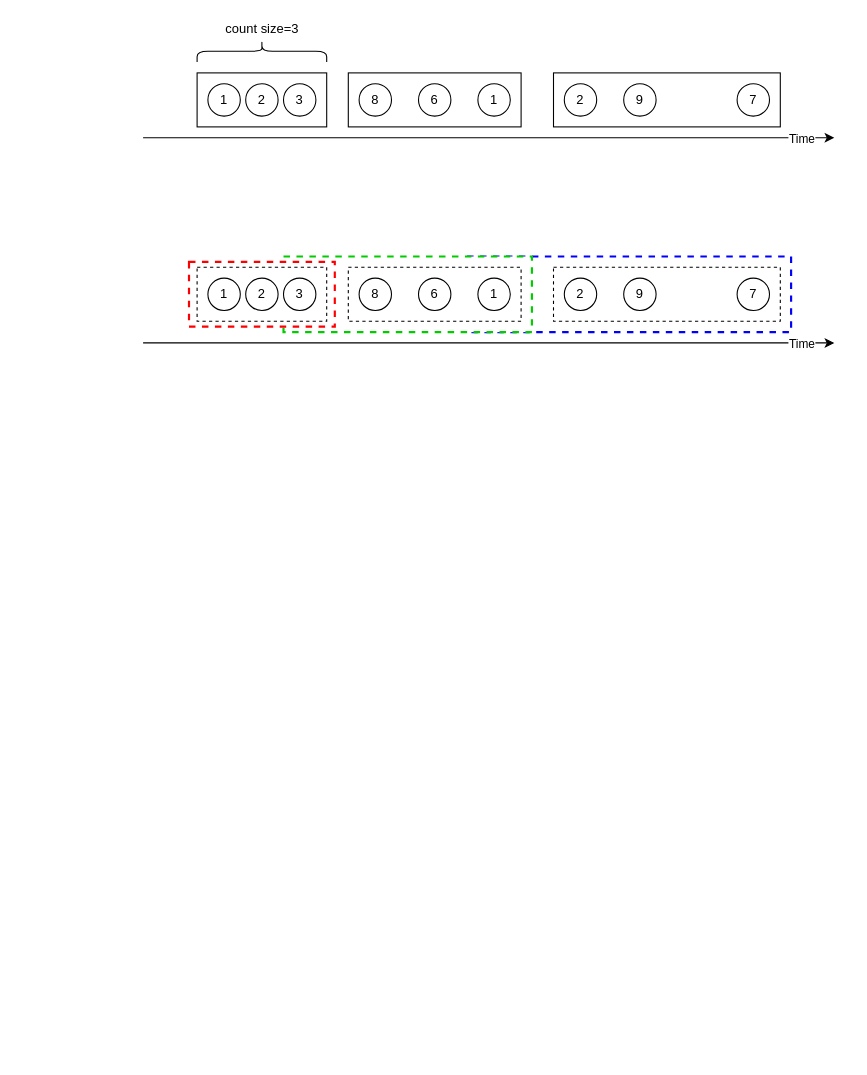
This is flink-window.drawio from cp0802/xueqqiu, a draw.io file, before an edit. Source tidied: cells renumbered, new cells numbered last; positions are measured from the earlier drawing's top-left corner, leaving out a move shared by most shapes. Both pictures are drawn from the tidied source at 108%, with x=0, y=0 at pixel (143, -14).
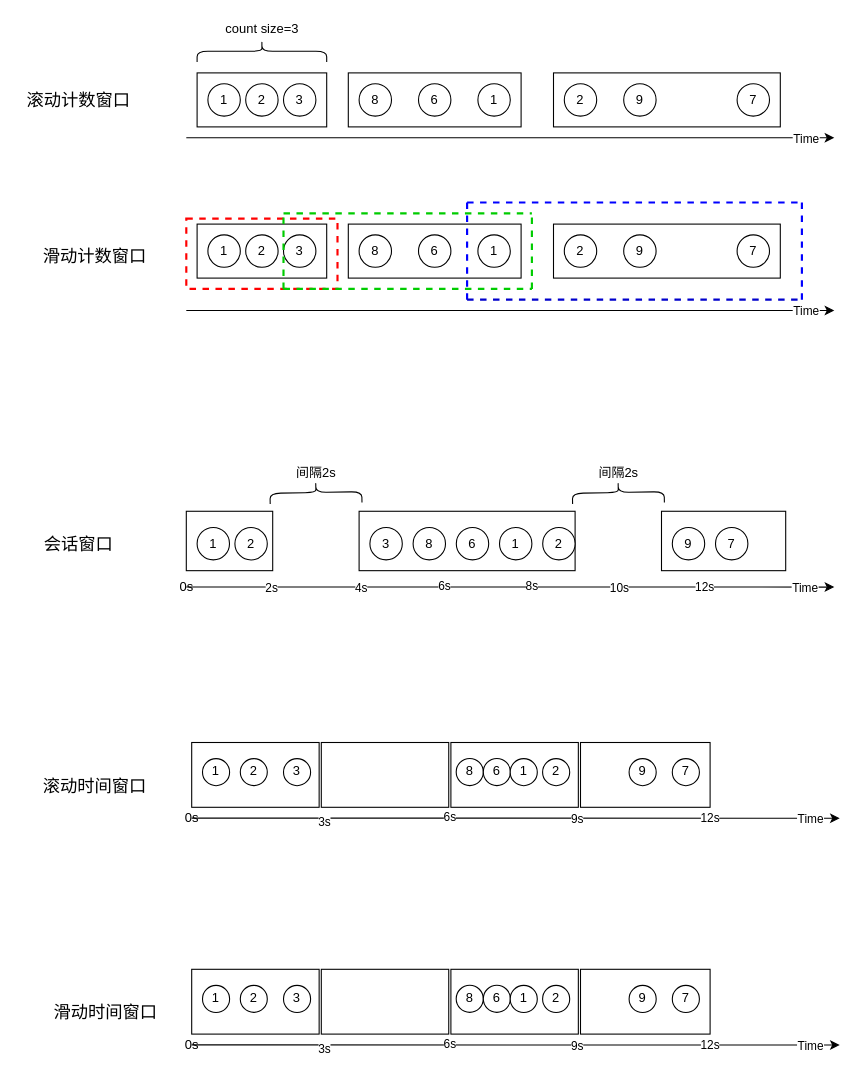
Above is the later version.

Diff of the diagram source:
```diff
@@
-    <mxCell id="2" style="rounded=0;whiteSpace=wrap;html=1;dashed=1;strokeWidth=2;strokeColor=#0000FF;" parent="1" vertex="1">
-      <mxGeometry x="300" y="250" width="300" height="70" as="geometry" />
-    </mxCell>
-    <mxCell id="3" style="rounded=0;whiteSpace=wrap;html=1;dashed=1;strokeColor=#00CC00;strokeWidth=2;" parent="1" vertex="1">
-      <mxGeometry x="130" y="250" width="230" height="70" as="geometry" />
-    </mxCell>
-    <mxCell id="4" style="rounded=0;whiteSpace=wrap;html=1;strokeColor=#FF0000;dashed=1;strokeWidth=2;" parent="1" vertex="1">
-      <mxGeometry x="42.5" y="255" width="135" height="60" as="geometry" />
-    </mxCell>
+    <mxCell id="35" style="rounded=0;whiteSpace=wrap;html=1;strokeColor=#000000;strokeWidth=1;" parent="1" vertex="1">
+      <mxGeometry x="405" y="700" width="120" height="60" as="geometry" />
+    </mxCell>
+    <mxCell id="36" style="rounded=0;whiteSpace=wrap;html=1;strokeColor=#000000;strokeWidth=1;" parent="1" vertex="1">
+      <mxGeometry x="285" y="700" width="118" height="60" as="geometry" />
+    </mxCell>
+    <mxCell id="37" style="rounded=0;whiteSpace=wrap;html=1;strokeColor=#000000;strokeWidth=1;" parent="1" vertex="1">
+      <mxGeometry x="165" y="700" width="118" height="60" as="geometry" />
+    </mxCell>
+    <mxCell id="38" style="rounded=0;whiteSpace=wrap;html=1;strokeColor=#000000;strokeWidth=1;" parent="1" vertex="1">
+      <mxGeometry x="45" y="700" width="118" height="60" as="geometry" />
+    </mxCell>
+    <mxCell id="39" style="rounded=0;whiteSpace=wrap;html=1;strokeColor=#000000;strokeWidth=1;" parent="1" vertex="1">
+      <mxGeometry x="480" y="485.9" width="115" height="55" as="geometry" />
+    </mxCell>
+    <mxCell id="40" style="rounded=0;whiteSpace=wrap;html=1;strokeColor=#000000;strokeWidth=1;" parent="1" vertex="1">
+      <mxGeometry x="200" y="485.9" width="200" height="55" as="geometry" />
+    </mxCell>
+    <mxCell id="41" style="rounded=0;whiteSpace=wrap;html=1;strokeWidth=1;" parent="1" vertex="1">
+      <mxGeometry x="40" y="485.9" width="80" height="55" as="geometry" />
+    </mxCell>
+    <mxCell id="42" style="rounded=0;whiteSpace=wrap;html=1;strokeWidth=2;dashed=1;strokeColor=#FF0000;" parent="1" vertex="1">
+      <mxGeometry x="40" y="215" width="140" height="65" as="geometry" />
+    </mxCell>
     <mxCell id="5" style="endArrow=classic;html=1;" parent="1" edge="1">
       <mxGeometry relative="1" as="geometry">
-        <mxPoint y="140" as="sourcePoint" />
+        <mxPoint x="40" y="140" as="sourcePoint" />
         <mxPoint x="640" y="140" as="targetPoint" />
       </mxGeometry>
     </mxCell>
@@
     <mxCell id="21" style="endArrow=classic;html=1;" parent="1" edge="1">
       <mxGeometry relative="1" as="geometry">
-        <mxPoint y="330" as="sourcePoint" />
-        <mxPoint x="640" y="330" as="targetPoint" />
+        <mxPoint x="40" y="300" as="sourcePoint" />
+        <mxPoint x="640" y="300" as="targetPoint" />
       </mxGeometry>
     </mxCell>
@@
-    <mxCell id="23" style="rounded=0;whiteSpace=wrap;html=1;dashed=1;" parent="1" vertex="1">
-      <mxGeometry x="50" y="260" width="120" height="50" as="geometry" />
+    <mxCell id="23" style="rounded=0;whiteSpace=wrap;html=1;" parent="1" vertex="1">
+      <mxGeometry x="50" y="220" width="120" height="50" as="geometry" />
     </mxCell>
     <mxCell id="24" value="1" style="ellipse;whiteSpace=wrap;html=1;" parent="1" vertex="1">
-      <mxGeometry x="60" y="270" width="30" height="30" as="geometry" />
+      <mxGeometry x="60" y="230" width="30" height="30" as="geometry" />
     </mxCell>
     <mxCell id="25" value="2" style="ellipse;whiteSpace=wrap;html=1;" parent="1" vertex="1">
-      <mxGeometry x="95" y="270" width="30" height="30" as="geometry" />
+      <mxGeometry x="95" y="230" width="30" height="30" as="geometry" />
     </mxCell>
     <mxCell id="26" value="3" style="ellipse;whiteSpace=wrap;html=1;" parent="1" vertex="1">
-      <mxGeometry x="130" y="270" width="30" height="30" as="geometry" />
+      <mxGeometry x="130" y="230" width="30" height="30" as="geometry" />
     </mxCell>
-    <mxCell id="27" style="rounded=0;whiteSpace=wrap;html=1;dashed=1;" parent="1" vertex="1">
-      <mxGeometry x="190" y="260" width="160" height="50" as="geometry" />
+    <mxCell id="27" style="rounded=0;whiteSpace=wrap;html=1;" parent="1" vertex="1">
+      <mxGeometry x="190" y="220" width="160" height="50" as="geometry" />
     </mxCell>
     <mxCell id="28" value="8" style="ellipse;whiteSpace=wrap;html=1;" parent="1" vertex="1">
-      <mxGeometry x="200" y="270" width="30" height="30" as="geometry" />
+      <mxGeometry x="200" y="230" width="30" height="30" as="geometry" />
     </mxCell>
     <mxCell id="29" value="6" style="ellipse;whiteSpace=wrap;html=1;" parent="1" vertex="1">
-      <mxGeometry x="255" y="270" width="30" height="30" as="geometry" />
+      <mxGeometry x="255" y="230" width="30" height="30" as="geometry" />
     </mxCell>
     <mxCell id="30" value="1" style="ellipse;whiteSpace=wrap;html=1;" parent="1" vertex="1">
-      <mxGeometry x="310" y="270" width="30" height="30" as="geometry" />
+      <mxGeometry x="310" y="230" width="30" height="30" as="geometry" />
     </mxCell>
-    <mxCell id="31" style="rounded=0;whiteSpace=wrap;html=1;dashed=1;" parent="1" vertex="1">
-      <mxGeometry x="380" y="260" width="210" height="50" as="geometry" />
+    <mxCell id="31" style="rounded=0;whiteSpace=wrap;html=1;" parent="1" vertex="1">
+      <mxGeometry x="380" y="220" width="210" height="50" as="geometry" />
     </mxCell>
     <mxCell id="32" value="2" style="ellipse;whiteSpace=wrap;html=1;" parent="1" vertex="1">
-      <mxGeometry x="390" y="270" width="30" height="30" as="geometry" />
+      <mxGeometry x="390" y="230" width="30" height="30" as="geometry" />
     </mxCell>
     <mxCell id="33" value="9" style="ellipse;whiteSpace=wrap;html=1;" parent="1" vertex="1">
-      <mxGeometry x="445" y="270" width="30" height="30" as="geometry" />
+      <mxGeometry x="445" y="230" width="30" height="30" as="geometry" />
     </mxCell>
     <mxCell id="34" value="7" style="ellipse;whiteSpace=wrap;html=1;" parent="1" vertex="1">
-      <mxGeometry x="550" y="270" width="30" height="30" as="geometry" />
+      <mxGeometry x="550" y="230" width="30" height="30" as="geometry" />
     </mxCell>
+    <mxCell id="43" style="endArrow=none;dashed=1;html=1;strokeWidth=2;strokeColor=#00CC00;" parent="1" edge="1">
+      <mxGeometry relative="1" as="geometry">
+        <mxPoint x="130" y="280" as="sourcePoint" />
+        <mxPoint x="130" y="210" as="targetPoint" />
+      </mxGeometry>
+    </mxCell>
+    <mxCell id="44" style="endArrow=none;dashed=1;html=1;strokeWidth=2;strokeColor=#00CC00;" parent="1" edge="1">
+      <mxGeometry relative="1" as="geometry">
+        <mxPoint x="130" y="210" as="sourcePoint" />
+        <mxPoint x="360" y="210" as="targetPoint" />
+      </mxGeometry>
+    </mxCell>
+    <mxCell id="45" style="endArrow=none;dashed=1;html=1;strokeWidth=2;strokeColor=#00CC00;" parent="1" edge="1">
+      <mxGeometry relative="1" as="geometry">
+        <mxPoint x="360" y="280" as="sourcePoint" />
+        <mxPoint x="360" y="210" as="targetPoint" />
+      </mxGeometry>
+    </mxCell>
+    <mxCell id="46" style="endArrow=none;dashed=1;html=1;strokeWidth=2;strokeColor=#00CC00;" parent="1" edge="1">
+      <mxGeometry relative="1" as="geometry">
+        <mxPoint x="130" y="280" as="sourcePoint" />
+        <mxPoint x="360" y="280" as="targetPoint" />
+      </mxGeometry>
+    </mxCell>
+    <mxCell id="47" style="endArrow=none;dashed=1;html=1;strokeWidth=2;strokeColor=#0000FF;" parent="1" edge="1">
+      <mxGeometry relative="1" as="geometry">
+        <mxPoint x="300" y="290" as="sourcePoint" />
+        <mxPoint x="300" y="200" as="targetPoint" />
+      </mxGeometry>
+    </mxCell>
+    <mxCell id="48" style="endArrow=none;dashed=1;html=1;strokeWidth=2;strokeColor=#0000FF;" parent="1" edge="1">
+      <mxGeometry relative="1" as="geometry">
+        <mxPoint x="300" y="200" as="sourcePoint" />
+        <mxPoint x="610" y="200" as="targetPoint" />
+      </mxGeometry>
+    </mxCell>
+    <mxCell id="49" style="endArrow=none;dashed=1;html=1;strokeWidth=2;strokeColor=#0000FF;" parent="1" edge="1">
+      <mxGeometry relative="1" as="geometry">
+        <mxPoint x="610" y="290" as="sourcePoint" />
+        <mxPoint x="610" y="200" as="targetPoint" />
+      </mxGeometry>
+    </mxCell>
+    <mxCell id="50" style="endArrow=none;dashed=1;html=1;strokeWidth=2;strokeColor=#0000CC;" parent="1" edge="1">
+      <mxGeometry relative="1" as="geometry">
+        <mxPoint x="300" y="290" as="sourcePoint" />
+        <mxPoint x="610" y="290" as="targetPoint" />
+      </mxGeometry>
+    </mxCell>
+    <mxCell id="51" style="endArrow=classic;html=1;" parent="1" edge="1">
+      <mxGeometry relative="1" as="geometry">
+        <mxPoint x="40" y="556" as="sourcePoint" />
+        <mxPoint x="640" y="556.1" as="targetPoint" />
+      </mxGeometry>
+    </mxCell>
+    <mxCell id="52" value="Time" style="edgeLabel;html=1;align=center;verticalAlign=middle;" parent="51" vertex="1">
+      <mxGeometry x="0.82" y="-2" relative="1" as="geometry">
+        <mxPoint x="27" y="-2" as="offset" />
+      </mxGeometry>
+    </mxCell>
+    <mxCell id="53" value="2s" style="edgeLabel;html=1;align=center;verticalAlign=middle;" parent="51" vertex="1">
+      <mxGeometry x="-0.51" relative="1" as="geometry">
+        <mxPoint x="-68" as="offset" />
+      </mxGeometry>
+    </mxCell>
+    <mxCell id="54" value="4s" style="edgeLabel;html=1;align=center;verticalAlign=middle;" parent="51" vertex="1">
+      <mxGeometry x="-0.27" y="2" relative="1" as="geometry">
+        <mxPoint x="-58" y="2" as="offset" />
+      </mxGeometry>
+    </mxCell>
+    <mxCell id="55" value="8s" style="edgeLabel;html=1;align=center;verticalAlign=middle;" parent="51" vertex="1">
+      <mxGeometry x="0.2" y="2" relative="1" as="geometry">
+        <mxPoint x="-41" as="offset" />
+      </mxGeometry>
+    </mxCell>
+    <mxCell id="56" value="10s" style="edgeLabel;html=1;align=center;verticalAlign=middle;" parent="51" vertex="1">
+      <mxGeometry x="0.46" relative="1" as="geometry">
+        <mxPoint x="-37" as="offset" />
+      </mxGeometry>
+    </mxCell>
+    <mxCell id="57" value="12s" style="edgeLabel;html=1;align=center;verticalAlign=middle;" parent="51" vertex="1">
+      <mxGeometry x="0.69" y="1" relative="1" as="geometry">
+        <mxPoint x="-28" as="offset" />
+      </mxGeometry>
+    </mxCell>
+    <mxCell id="58" value="1" style="ellipse;whiteSpace=wrap;html=1;" parent="1" vertex="1">
+      <mxGeometry x="50" y="500.9" width="30" height="30" as="geometry" />
+    </mxCell>
+    <mxCell id="59" value="2" style="ellipse;whiteSpace=wrap;html=1;" parent="1" vertex="1">
+      <mxGeometry x="85" y="501" width="30" height="30" as="geometry" />
+    </mxCell>
+    <mxCell id="60" value="3" style="ellipse;whiteSpace=wrap;html=1;" parent="1" vertex="1">
+      <mxGeometry x="210" y="500.9" width="30" height="30" as="geometry" />
+    </mxCell>
+    <mxCell id="61" value="8" style="ellipse;whiteSpace=wrap;html=1;" parent="1" vertex="1">
+      <mxGeometry x="250" y="500.9" width="30" height="30" as="geometry" />
+    </mxCell>
+    <mxCell id="62" value="6" style="ellipse;whiteSpace=wrap;html=1;" parent="1" vertex="1">
+      <mxGeometry x="290" y="500.9" width="30" height="30" as="geometry" />
+    </mxCell>
+    <mxCell id="63" value="1" style="ellipse;whiteSpace=wrap;html=1;" parent="1" vertex="1">
+      <mxGeometry x="330" y="500.9" width="30" height="30" as="geometry" />
+    </mxCell>
+    <mxCell id="64" value="6s" style="edgeLabel;html=1;align=center;verticalAlign=middle;" parent="1" vertex="1">
+      <mxGeometry x="210" y="556" as="geometry">
+        <mxPoint x="68" y="-2" as="offset" />
+      </mxGeometry>
+    </mxCell>
+    <mxCell id="65" value="9" style="ellipse;whiteSpace=wrap;html=1;" parent="1" vertex="1">
+      <mxGeometry x="490" y="500.9" width="30" height="30" as="geometry" />
+    </mxCell>
+    <mxCell id="66" value="2" style="ellipse;whiteSpace=wrap;html=1;" parent="1" vertex="1">
+      <mxGeometry x="370" y="500.9" width="30" height="30" as="geometry" />
+    </mxCell>
+    <mxCell id="67" value="7" style="ellipse;whiteSpace=wrap;html=1;" parent="1" vertex="1">
+      <mxGeometry x="530" y="500.9" width="30" height="30" as="geometry" />
+    </mxCell>
+    <mxCell id="68" style="shape=curlyBracket;whiteSpace=wrap;html=1;rounded=1;strokeColor=#000000;strokeWidth=1;rotation=89;" parent="1" vertex="1">
+      <mxGeometry x="150" y="426" width="20" height="85" as="geometry" />
+    </mxCell>
+    <mxCell id="69" style="shape=curlyBracket;whiteSpace=wrap;html=1;rounded=1;strokeColor=#000000;strokeWidth=1;rotation=89;" parent="1" vertex="1">
+      <mxGeometry x="430" y="426" width="20" height="85" as="geometry" />
+    </mxCell>
+    <mxCell id="70" value="间隔2s" style="text;html=1;align=center;verticalAlign=middle;" parent="1" vertex="1">
+      <mxGeometry x="135" y="440.9" width="50" height="20" as="geometry" />
+    </mxCell>
+    <mxCell id="71" value="间隔2s" style="text;html=1;align=center;verticalAlign=middle;" parent="1" vertex="1">
+      <mxGeometry x="415" y="440.9" width="50" height="20" as="geometry" />
+    </mxCell>
+    <mxCell id="72" value="&lt;span style=&quot;font-size: medium&quot;&gt;滚动计数窗口&lt;/span&gt;&lt;span style=&quot;font-size: medium&quot;&gt;&lt;br&gt;&lt;/span&gt;" style="text;html=1;align=center;verticalAlign=middle;" parent="1" vertex="1">
+      <mxGeometry x="-115" y="95" width="110" height="20" as="geometry" />
+    </mxCell>
+    <mxCell id="73" value="&lt;span style=&quot;font-size: medium&quot;&gt;滑动计数窗口&lt;/span&gt;&lt;span style=&quot;font-size: medium&quot;&gt;&lt;br&gt;&lt;/span&gt;" style="text;html=1;align=center;verticalAlign=middle;" parent="1" vertex="1">
+      <mxGeometry x="-100" y="240" width="110" height="20" as="geometry" />
+    </mxCell>
+    <mxCell id="74" value="&lt;span style=&quot;font-size: medium&quot;&gt;会话窗口&lt;/span&gt;&lt;span style=&quot;font-size: medium&quot;&gt;&lt;br&gt;&lt;/span&gt;" style="text;html=1;align=center;verticalAlign=middle;" parent="1" vertex="1">
+      <mxGeometry x="-100" y="506" width="80" height="20" as="geometry" />
+    </mxCell>
+    <mxCell id="75" value="0s" style="text;html=1;align=center;verticalAlign=middle;" parent="1" vertex="1">
+      <mxGeometry x="25" y="546" width="30" height="20" as="geometry" />
+    </mxCell>
+    <mxCell id="76" style="endArrow=classic;html=1;" parent="1" edge="1">
+      <mxGeometry relative="1" as="geometry">
+        <mxPoint x="45" y="770" as="sourcePoint" />
+        <mxPoint x="645" y="770.1" as="targetPoint" />
+      </mxGeometry>
+    </mxCell>
+    <mxCell id="77" value="Time" style="edgeLabel;html=1;align=center;verticalAlign=middle;" parent="76" vertex="1">
+      <mxGeometry x="0.82" y="-2" relative="1" as="geometry">
+        <mxPoint x="27" y="-2" as="offset" />
+      </mxGeometry>
+    </mxCell>
+    <mxCell id="78" value="12s" style="edgeLabel;html=1;align=center;verticalAlign=middle;" parent="76" vertex="1">
+      <mxGeometry x="0.69" y="1" relative="1" as="geometry">
+        <mxPoint x="-28" as="offset" />
+      </mxGeometry>
+    </mxCell>
+    <mxCell id="79" value="3s" style="edgeLabel;html=1;align=center;verticalAlign=middle;" parent="76" vertex="1">
+      <mxGeometry x="-0.59" y="-3" relative="1" as="geometry" />
+    </mxCell>
+    <mxCell id="80" value="9s" style="edgeLabel;html=1;align=center;verticalAlign=middle;" parent="76" vertex="1">
+      <mxGeometry x="0.19" y="-3" relative="1" as="geometry">
+        <mxPoint y="-3" as="offset" />
+      </mxGeometry>
+    </mxCell>
+    <mxCell id="81" value="1" style="ellipse;whiteSpace=wrap;html=1;" parent="1" vertex="1">
+      <mxGeometry x="55" y="714.9" width="25.1" height="25.1" as="geometry" />
+    </mxCell>
+    <mxCell id="82" value="2" style="ellipse;whiteSpace=wrap;html=1;" parent="1" vertex="1">
+      <mxGeometry x="90" y="714.9" width="25" height="25" as="geometry" />
+    </mxCell>
+    <mxCell id="83" value="3" style="ellipse;whiteSpace=wrap;html=1;" parent="1" vertex="1">
+      <mxGeometry x="130" y="714.9" width="25.1" height="25.1" as="geometry" />
+    </mxCell>
+    <mxCell id="84" value="8" style="ellipse;whiteSpace=wrap;html=1;" parent="1" vertex="1">
+      <mxGeometry x="289.9" y="714.8" width="25.1" height="25.1" as="geometry" />
+    </mxCell>
+    <mxCell id="85" value="6" style="ellipse;whiteSpace=wrap;html=1;" parent="1" vertex="1">
+      <mxGeometry x="315" y="714.8" width="25.1" height="25.1" as="geometry" />
+    </mxCell>
+    <mxCell id="86" value="1" style="ellipse;whiteSpace=wrap;html=1;" parent="1" vertex="1">
+      <mxGeometry x="339.9" y="714.9" width="25.1" height="25.1" as="geometry" />
+    </mxCell>
+    <mxCell id="87" value="6s" style="edgeLabel;html=1;align=center;verticalAlign=middle;" parent="1" vertex="1">
+      <mxGeometry x="215" y="770" as="geometry">
+        <mxPoint x="68" y="-2" as="offset" />
+      </mxGeometry>
+    </mxCell>
+    <mxCell id="88" value="9" style="ellipse;whiteSpace=wrap;html=1;" parent="1" vertex="1">
+      <mxGeometry x="450" y="714.9" width="25.1" height="25.1" as="geometry" />
+    </mxCell>
+    <mxCell id="89" value="2" style="ellipse;whiteSpace=wrap;html=1;" parent="1" vertex="1">
+      <mxGeometry x="369.9" y="714.9" width="25.1" height="25.1" as="geometry" />
+    </mxCell>
+    <mxCell id="90" value="7" style="ellipse;whiteSpace=wrap;html=1;" parent="1" vertex="1">
+      <mxGeometry x="490" y="714.9" width="25.1" height="25.1" as="geometry" />
+    </mxCell>
+    <mxCell id="91" value="0s" style="text;html=1;align=center;verticalAlign=middle;" parent="1" vertex="1">
+      <mxGeometry x="30" y="760" width="30" height="20" as="geometry" />
+    </mxCell>
+    <mxCell id="92" value="&lt;span style=&quot;font-size: medium&quot;&gt;滚动时间窗口&lt;/span&gt;&lt;span style=&quot;font-size: medium&quot;&gt;&lt;br&gt;&lt;/span&gt;" style="text;html=1;align=center;verticalAlign=middle;" parent="1" vertex="1">
+      <mxGeometry x="-100" y="730" width="110" height="20" as="geometry" />
+    </mxCell>
+    <mxCell id="93" style="rounded=0;whiteSpace=wrap;html=1;strokeColor=#000000;strokeWidth=1;" parent="1" vertex="1">
+      <mxGeometry x="405" y="910" width="120" height="60" as="geometry" />
+    </mxCell>
+    <mxCell id="94" style="rounded=0;whiteSpace=wrap;html=1;strokeColor=#000000;strokeWidth=1;" parent="1" vertex="1">
+      <mxGeometry x="285" y="910" width="118" height="60" as="geometry" />
+    </mxCell>
+    <mxCell id="95" style="rounded=0;whiteSpace=wrap;html=1;strokeColor=#000000;strokeWidth=1;" parent="1" vertex="1">
+      <mxGeometry x="165" y="910" width="118" height="60" as="geometry" />
+    </mxCell>
+    <mxCell id="96" style="rounded=0;whiteSpace=wrap;html=1;strokeColor=#000000;strokeWidth=1;" parent="1" vertex="1">
+      <mxGeometry x="45" y="910" width="118" height="60" as="geometry" />
+    </mxCell>
+    <mxCell id="97" style="endArrow=classic;html=1;" parent="1" edge="1">
+      <mxGeometry relative="1" as="geometry">
+        <mxPoint x="45" y="980" as="sourcePoint" />
+        <mxPoint x="645" y="980.1" as="targetPoint" />
+      </mxGeometry>
+    </mxCell>
+    <mxCell id="98" value="Time" style="edgeLabel;html=1;align=center;verticalAlign=middle;" parent="97" vertex="1">
+      <mxGeometry x="0.82" y="-2" relative="1" as="geometry">
+        <mxPoint x="27" y="-2" as="offset" />
+      </mxGeometry>
+    </mxCell>
+    <mxCell id="99" value="12s" style="edgeLabel;html=1;align=center;verticalAlign=middle;" parent="97" vertex="1">
+      <mxGeometry x="0.69" y="1" relative="1" as="geometry">
+        <mxPoint x="-28" as="offset" />
+      </mxGeometry>
+    </mxCell>
+    <mxCell id="100" value="3s" style="edgeLabel;html=1;align=center;verticalAlign=middle;" parent="97" vertex="1">
+      <mxGeometry x="-0.59" y="-3" relative="1" as="geometry" />
+    </mxCell>
+    <mxCell id="101" value="9s" style="edgeLabel;html=1;align=center;verticalAlign=middle;" parent="97" vertex="1">
+      <mxGeometry x="0.19" y="-3" relative="1" as="geometry">
+        <mxPoint y="-3" as="offset" />
+      </mxGeometry>
+    </mxCell>
+    <mxCell id="102" value="1" style="ellipse;whiteSpace=wrap;html=1;" parent="1" vertex="1">
+      <mxGeometry x="55" y="924.9" width="25.1" height="25.1" as="geometry" />
+    </mxCell>
+    <mxCell id="103" value="2" style="ellipse;whiteSpace=wrap;html=1;" parent="1" vertex="1">
+      <mxGeometry x="90" y="924.9" width="25" height="25" as="geometry" />
+    </mxCell>
+    <mxCell id="104" value="3" style="ellipse;whiteSpace=wrap;html=1;" parent="1" vertex="1">
+      <mxGeometry x="130" y="924.9" width="25.1" height="25.1" as="geometry" />
+    </mxCell>
+    <mxCell id="105" value="8" style="ellipse;whiteSpace=wrap;html=1;" parent="1" vertex="1">
+      <mxGeometry x="289.9" y="924.8" width="25.1" height="25.1" as="geometry" />
+    </mxCell>
+    <mxCell id="106" value="6" style="ellipse;whiteSpace=wrap;html=1;" parent="1" vertex="1">
+      <mxGeometry x="315" y="924.8" width="25.1" height="25.1" as="geometry" />
+    </mxCell>
+    <mxCell id="107" value="1" style="ellipse;whiteSpace=wrap;html=1;" parent="1" vertex="1">
+      <mxGeometry x="339.9" y="924.9" width="25.1" height="25.1" as="geometry" />
+    </mxCell>
+    <mxCell id="108" value="6s" style="edgeLabel;html=1;align=center;verticalAlign=middle;" parent="1" vertex="1">
+      <mxGeometry x="215" y="980" as="geometry">
+        <mxPoint x="68" y="-2" as="offset" />
+      </mxGeometry>
+    </mxCell>
+    <mxCell id="109" value="9" style="ellipse;whiteSpace=wrap;html=1;" parent="1" vertex="1">
+      <mxGeometry x="450" y="924.9" width="25.1" height="25.1" as="geometry" />
+    </mxCell>
+    <mxCell id="110" value="2" style="ellipse;whiteSpace=wrap;html=1;" parent="1" vertex="1">
+      <mxGeometry x="369.9" y="924.9" width="25.1" height="25.1" as="geometry" />
+    </mxCell>
+    <mxCell id="111" value="7" style="ellipse;whiteSpace=wrap;html=1;" parent="1" vertex="1">
+      <mxGeometry x="490" y="924.9" width="25.1" height="25.1" as="geometry" />
+    </mxCell>
+    <mxCell id="112" value="0s" style="text;html=1;align=center;verticalAlign=middle;" parent="1" vertex="1">
+      <mxGeometry x="30" y="970" width="30" height="20" as="geometry" />
+    </mxCell>
+    <mxCell id="113" value="&lt;span style=&quot;font-size: medium&quot;&gt;滑动时间窗口&lt;/span&gt;&lt;span style=&quot;font-size: medium&quot;&gt;&lt;br&gt;&lt;/span&gt;" style="text;html=1;align=center;verticalAlign=middle;" parent="1" vertex="1">
+      <mxGeometry x="-90" y="940" width="110" height="20" as="geometry" />
+    </mxCell>
```
